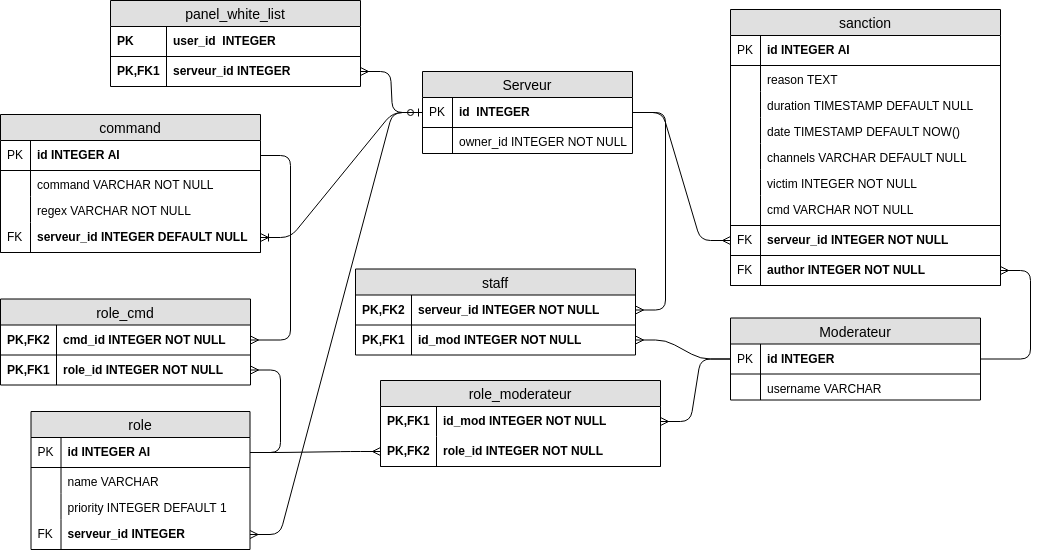
Earlier version of the draw.io export doc/schema_logique.png (RomainCtl/discord_project). Source tidied: cells renumbered, new cells last; positions are measured from the earlier drawing's top-left corner, leaving out a move shared by most shapes.
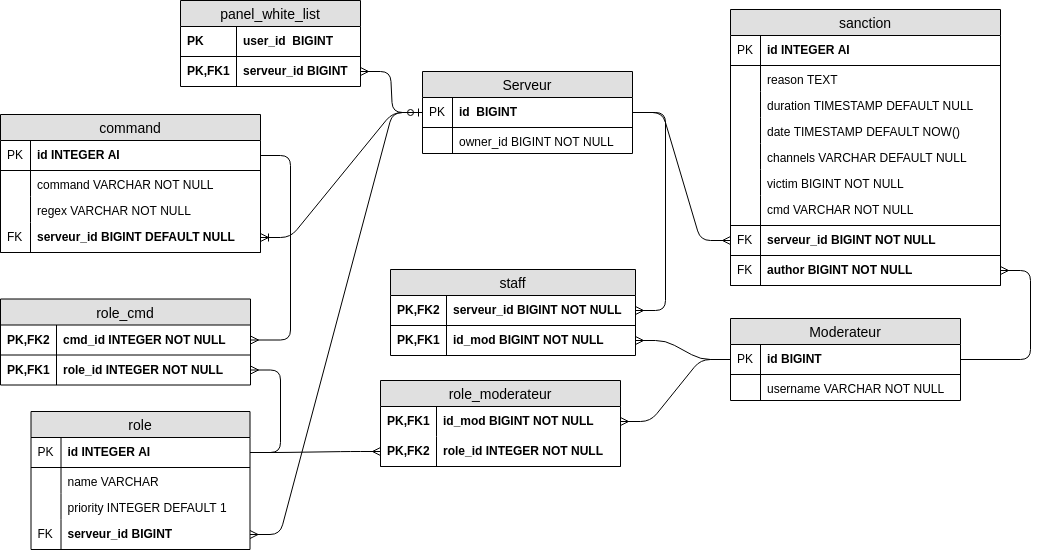
The same diagram one commit later.

Commit message:
update INTEGER type (serveur, user) to BIGINT update sql request

What changed in the source:
```diff
@@ -8,29 +8,29 @@
     <mxCell id="3" value="Serveur" style="swimlane;fontStyle=0;horizontal=1;startSize=26;fillColor=#e0e0e0;swimlaneFillColor=#ffffff;align=center;fontSize=14;fontColor=#000000;strokeColor=#000000;" parent="1" vertex="1">
       <mxGeometry x="422" y="71" width="210" height="82" as="geometry" />
     </mxCell>
-    <mxCell id="4" value="id  INTEGER" style="shape=partialRectangle;top=0;left=0;right=0;bottom=1;align=left;verticalAlign=middle;fillColor=none;spacingLeft=34;spacingRight=4;overflow=hidden;points=[[0,0.5],[1,0.5]];portConstraint=eastwest;fontStyle=1;fontSize=12;fontColor=#000000;strokeColor=#000000;" parent="3" vertex="1">
+    <mxCell id="4" value="id  BIGINT" style="shape=partialRectangle;top=0;left=0;right=0;bottom=1;align=left;verticalAlign=middle;fillColor=none;spacingLeft=34;spacingRight=4;overflow=hidden;points=[[0,0.5],[1,0.5]];portConstraint=eastwest;fontStyle=1;fontSize=12;fontColor=#000000;strokeColor=#000000;" parent="3" vertex="1">
       <mxGeometry y="26" width="210" height="30" as="geometry" />
     </mxCell>
     <mxCell id="5" value="PK" style="shape=partialRectangle;top=0;left=0;bottom=0;fillColor=none;align=left;verticalAlign=middle;spacingLeft=4;spacingRight=4;overflow=hidden;fontSize=12;fontColor=#000000;strokeColor=#000000;" parent="4" vertex="1">
       <mxGeometry width="30" height="30" as="geometry" />
     </mxCell>
-    <mxCell id="6" value="owner_id INTEGER NOT NULL" style="shape=partialRectangle;top=0;left=0;right=0;bottom=0;align=left;verticalAlign=top;fillColor=none;spacingLeft=34;spacingRight=4;overflow=hidden;fontSize=12;fontColor=#000000;strokeColor=#000000;" parent="3" vertex="1">
+    <mxCell id="6" value="owner_id BIGINT NOT NULL" style="shape=partialRectangle;top=0;left=0;right=0;bottom=0;align=left;verticalAlign=top;fillColor=none;spacingLeft=34;spacingRight=4;overflow=hidden;fontSize=12;fontColor=#000000;strokeColor=#000000;" parent="3" vertex="1">
       <mxGeometry y="56" width="210" height="26" as="geometry" />
     </mxCell>
     <mxCell id="7" style="shape=partialRectangle;top=0;left=0;bottom=0;fillColor=none;align=left;verticalAlign=top;spacingLeft=4;spacingRight=4;overflow=hidden;fontSize=12;fontColor=#000000;strokeColor=#000000;" parent="6" vertex="1">
       <mxGeometry width="30" height="26" as="geometry" />
     </mxCell>
     <mxCell id="8" value="Moderateur" style="swimlane;fontStyle=0;horizontal=1;startSize=26;fillColor=#e0e0e0;swimlaneFillColor=#ffffff;align=center;fontSize=14;strokeColor=#000000;fontColor=#000000;" parent="1" vertex="1">
-      <mxGeometry x="730" y="317.5" width="250" height="82" as="geometry" />
+      <mxGeometry x="730" y="318" width="230" height="82" as="geometry" />
     </mxCell>
-    <mxCell id="9" value="id INTEGER" style="shape=partialRectangle;top=0;left=0;right=0;bottom=1;align=left;verticalAlign=middle;fillColor=none;spacingLeft=34;spacingRight=4;overflow=hidden;points=[[0,0.5],[1,0.5]];portConstraint=eastwest;fontStyle=1;fontSize=12;strokeColor=#000000;fontColor=#000000;" parent="8" vertex="1">
-      <mxGeometry y="26" width="250" height="30" as="geometry" />
+    <mxCell id="9" value="id BIGINT" style="shape=partialRectangle;top=0;left=0;right=0;bottom=1;align=left;verticalAlign=middle;fillColor=none;spacingLeft=34;spacingRight=4;overflow=hidden;points=[[0,0.5],[1,0.5]];portConstraint=eastwest;fontStyle=1;fontSize=12;strokeColor=#000000;fontColor=#000000;" parent="8" vertex="1">
+      <mxGeometry y="26" width="230" height="30" as="geometry" />
     </mxCell>
     <mxCell id="10" value="PK" style="shape=partialRectangle;top=0;left=0;bottom=0;fillColor=none;align=left;verticalAlign=middle;spacingLeft=4;spacingRight=4;overflow=hidden;fontSize=12;strokeColor=#000000;fontColor=#000000;" parent="9" vertex="1">
       <mxGeometry width="30" height="30" as="geometry" />
     </mxCell>
-    <mxCell id="11" value="username VARCHAR" style="shape=partialRectangle;top=0;left=0;right=0;bottom=0;align=left;verticalAlign=top;fillColor=none;spacingLeft=34;spacingRight=4;overflow=hidden;fontSize=12;strokeColor=#000000;fontColor=#000000;" parent="8" vertex="1">
-      <mxGeometry y="56" width="250" height="26" as="geometry" />
+    <mxCell id="11" value="username VARCHAR NOT NULL" style="shape=partialRectangle;top=0;left=0;right=0;bottom=0;align=left;verticalAlign=top;fillColor=none;spacingLeft=34;spacingRight=4;overflow=hidden;fontSize=12;strokeColor=#000000;fontColor=#000000;" parent="8" vertex="1">
+      <mxGeometry y="56" width="230" height="26" as="geometry" />
     </mxCell>
     <mxCell id="12" style="shape=partialRectangle;top=0;left=0;bottom=0;fillColor=none;align=left;verticalAlign=top;spacingLeft=4;spacingRight=4;overflow=hidden;fontSize=12;strokeColor=#000000;fontColor=#000000;" parent="11" vertex="1">
       <mxGeometry width="30" height="26" as="geometry" />
@@ -56,7 +56,7 @@
     <mxCell id="19" style="shape=partialRectangle;top=0;left=0;bottom=0;fillColor=none;align=left;verticalAlign=top;spacingLeft=4;spacingRight=4;overflow=hidden;fontSize=12;strokeColor=#000000;fontColor=#000000;" parent="18" vertex="1">
       <mxGeometry width="30" height="26" as="geometry" />
     </mxCell>
-    <mxCell id="20" value="serveur_id INTEGER" style="shape=partialRectangle;top=0;left=0;right=0;bottom=1;align=left;verticalAlign=middle;fillColor=none;spacingLeft=34;spacingRight=4;overflow=hidden;points=[[0,0.5],[1,0.5]];portConstraint=eastwest;fontStyle=1;fontSize=12;strokeColor=#000000;fontColor=#000000;" parent="13" vertex="1">
+    <mxCell id="20" value="serveur_id BIGINT" style="shape=partialRectangle;top=0;left=0;right=0;bottom=1;align=left;verticalAlign=middle;fillColor=none;spacingLeft=34;spacingRight=4;overflow=hidden;points=[[0,0.5],[1,0.5]];portConstraint=eastwest;fontStyle=1;fontSize=12;strokeColor=#000000;fontColor=#000000;" parent="13" vertex="1">
       <mxGeometry y="108" width="219" height="30" as="geometry" />
     </mxCell>
     <mxCell id="21" value="FK" style="shape=partialRectangle;top=0;left=0;bottom=0;fillColor=none;align=left;verticalAlign=middle;spacingLeft=4;spacingRight=4;overflow=hidden;fontSize=12;strokeColor=#000000;fontColor=#000000;" parent="20" vertex="1">
@@ -95,7 +95,7 @@
     <mxCell id="32" style="shape=partialRectangle;top=0;left=0;bottom=0;fillColor=none;align=left;verticalAlign=top;spacingLeft=4;spacingRight=4;overflow=hidden;fontSize=12;fontColor=#000000;strokeColor=#000000;" parent="31" vertex="1">
       <mxGeometry width="30" height="26" as="geometry" />
     </mxCell>
-    <mxCell id="33" value="victim INTEGER NOT NULL" style="shape=partialRectangle;top=0;left=0;right=0;bottom=0;align=left;verticalAlign=top;fillColor=none;spacingLeft=34;spacingRight=4;overflow=hidden;fontSize=12;fontColor=#000000;strokeColor=#000000;" parent="22" vertex="1">
+    <mxCell id="33" value="victim BIGINT NOT NULL" style="shape=partialRectangle;top=0;left=0;right=0;bottom=0;align=left;verticalAlign=top;fillColor=none;spacingLeft=34;spacingRight=4;overflow=hidden;fontSize=12;fontColor=#000000;strokeColor=#000000;" parent="22" vertex="1">
       <mxGeometry y="160" width="270" height="26" as="geometry" />
     </mxCell>
     <mxCell id="34" style="shape=partialRectangle;top=0;left=0;bottom=0;fillColor=none;align=left;verticalAlign=top;spacingLeft=4;spacingRight=4;overflow=hidden;fontSize=12;fontColor=#000000;strokeColor=#000000;" parent="33" vertex="1">
@@ -107,13 +107,13 @@
     <mxCell id="36" style="shape=partialRectangle;top=0;left=0;bottom=0;fillColor=none;align=left;verticalAlign=middle;spacingLeft=4;spacingRight=4;overflow=hidden;fontSize=12;fontColor=#000000;strokeColor=#000000;" parent="35" vertex="1">
       <mxGeometry width="30" height="30" as="geometry" />
     </mxCell>
-    <mxCell id="37" value="serveur_id INTEGER NOT NULL" style="shape=partialRectangle;top=0;left=0;right=0;bottom=1;align=left;verticalAlign=middle;fillColor=none;spacingLeft=34;spacingRight=4;overflow=hidden;points=[[0,0.5],[1,0.5]];portConstraint=eastwest;fontStyle=1;fontSize=12;fontColor=#000000;strokeColor=#000000;" parent="22" vertex="1">
+    <mxCell id="37" value="serveur_id BIGINT NOT NULL" style="shape=partialRectangle;top=0;left=0;right=0;bottom=1;align=left;verticalAlign=middle;fillColor=none;spacingLeft=34;spacingRight=4;overflow=hidden;points=[[0,0.5],[1,0.5]];portConstraint=eastwest;fontStyle=1;fontSize=12;fontColor=#000000;strokeColor=#000000;" parent="22" vertex="1">
       <mxGeometry y="216" width="270" height="30" as="geometry" />
     </mxCell>
     <mxCell id="38" value="FK" style="shape=partialRectangle;top=0;left=0;bottom=0;fillColor=none;align=left;verticalAlign=middle;spacingLeft=4;spacingRight=4;overflow=hidden;fontSize=12;fontColor=#000000;strokeColor=#000000;" parent="37" vertex="1">
       <mxGeometry width="30" height="30" as="geometry" />
     </mxCell>
-    <mxCell id="39" value="author INTEGER NOT NULL" style="shape=partialRectangle;top=0;left=0;right=0;bottom=1;align=left;verticalAlign=middle;fillColor=none;spacingLeft=34;spacingRight=4;overflow=hidden;points=[[0,0.5],[1,0.5]];portConstraint=eastwest;fontStyle=1;fontSize=12;fontColor=#000000;strokeColor=#000000;" parent="22" vertex="1">
+    <mxCell id="39" value="author BIGINT NOT NULL" style="shape=partialRectangle;top=0;left=0;right=0;bottom=1;align=left;verticalAlign=middle;fillColor=none;spacingLeft=34;spacingRight=4;overflow=hidden;points=[[0,0.5],[1,0.5]];portConstraint=eastwest;fontStyle=1;fontSize=12;fontColor=#000000;strokeColor=#000000;" parent="22" vertex="1">
       <mxGeometry y="246" width="270" height="30" as="geometry" />
     </mxCell>
     <mxCell id="40" value="FK" style="shape=partialRectangle;top=0;left=0;bottom=0;fillColor=none;align=left;verticalAlign=middle;spacingLeft=4;spacingRight=4;overflow=hidden;fontSize=12;fontColor=#000000;strokeColor=#000000;" parent="39" vertex="1">
@@ -140,7 +140,7 @@
     <mxCell id="47" style="shape=partialRectangle;top=0;left=0;bottom=0;fillColor=none;align=left;verticalAlign=top;spacingLeft=4;spacingRight=4;overflow=hidden;fontSize=12;fontColor=#000000;strokeColor=#000000;" parent="46" vertex="1">
       <mxGeometry width="30" height="26" as="geometry" />
     </mxCell>
-    <mxCell id="48" value="serveur_id INTEGER DEFAULT NULL" style="shape=partialRectangle;top=0;left=0;right=0;bottom=1;align=left;verticalAlign=middle;fillColor=none;spacingLeft=34;spacingRight=4;overflow=hidden;points=[[0,0.5],[1,0.5]];portConstraint=eastwest;fontStyle=1;fontSize=12;strokeColor=#000000;fontColor=#000000;" parent="41" vertex="1">
+    <mxCell id="48" value="serveur_id BIGINT DEFAULT NULL" style="shape=partialRectangle;top=0;left=0;right=0;bottom=1;align=left;verticalAlign=middle;fillColor=none;spacingLeft=34;spacingRight=4;overflow=hidden;points=[[0,0.5],[1,0.5]];portConstraint=eastwest;fontStyle=1;fontSize=12;strokeColor=#000000;fontColor=#000000;" parent="41" vertex="1">
       <mxGeometry y="108" width="260" height="30" as="geometry" />
     </mxCell>
     <mxCell id="49" value="FK" style="shape=partialRectangle;top=0;left=0;bottom=0;fillColor=none;align=left;verticalAlign=middle;spacingLeft=4;spacingRight=4;overflow=hidden;fontSize=12;strokeColor=#000000;fontColor=#000000;" parent="48" vertex="1">
@@ -162,16 +162,16 @@
       <mxGeometry width="56" height="30" as="geometry" />
     </mxCell>
     <mxCell id="55" value="role_moderateur" style="swimlane;fontStyle=0;horizontal=1;startSize=26;fillColor=#e0e0e0;swimlaneFillColor=#ffffff;align=center;fontSize=14;strokeColor=#000000;fontColor=#000000;" parent="1" vertex="1">
-      <mxGeometry x="380" y="380" width="280" height="86" as="geometry" />
+      <mxGeometry x="380" y="380" width="240" height="86" as="geometry" />
     </mxCell>
-    <mxCell id="56" value="id_mod INTEGER NOT NULL" style="shape=partialRectangle;top=0;left=0;right=0;bottom=0;align=left;verticalAlign=middle;fillColor=none;spacingLeft=60;spacingRight=4;overflow=hidden;points=[[0,0.5],[1,0.5]];portConstraint=eastwest;fontStyle=1;fontSize=12;fontColor=#000000;strokeColor=#000000;" parent="55" vertex="1">
-      <mxGeometry y="26" width="280" height="30" as="geometry" />
+    <mxCell id="56" value="id_mod BIGINT NOT NULL" style="shape=partialRectangle;top=0;left=0;right=0;bottom=0;align=left;verticalAlign=middle;fillColor=none;spacingLeft=60;spacingRight=4;overflow=hidden;points=[[0,0.5],[1,0.5]];portConstraint=eastwest;fontStyle=1;fontSize=12;fontColor=#000000;strokeColor=#000000;" parent="55" vertex="1">
+      <mxGeometry y="26" width="240" height="30" as="geometry" />
     </mxCell>
     <mxCell id="57" value="PK,FK1" style="shape=partialRectangle;fontStyle=1;top=0;left=0;bottom=0;fillColor=none;align=left;verticalAlign=middle;spacingLeft=4;spacingRight=4;overflow=hidden;fontSize=12;fontColor=#000000;strokeColor=#000000;" parent="56" vertex="1">
       <mxGeometry width="56" height="30" as="geometry" />
     </mxCell>
     <mxCell id="58" value="role_id INTEGER NOT NULL" style="shape=partialRectangle;top=0;left=0;right=0;bottom=1;align=left;verticalAlign=middle;fillColor=none;spacingLeft=60;spacingRight=4;overflow=hidden;points=[[0,0.5],[1,0.5]];portConstraint=eastwest;fontStyle=1;fontSize=12;fontColor=#000000;strokeColor=#000000;" parent="55" vertex="1">
-      <mxGeometry y="56" width="280" height="30" as="geometry" />
+      <mxGeometry y="56" width="240" height="30" as="geometry" />
     </mxCell>
     <mxCell id="59" value="PK,FK2" style="shape=partialRectangle;fontStyle=1;top=0;left=0;bottom=0;fillColor=none;align=left;verticalAlign=middle;spacingLeft=4;spacingRight=4;overflow=hidden;fontSize=12;fontColor=#000000;strokeColor=#000000;" parent="58" vertex="1">
       <mxGeometry width="56" height="30" as="geometry" />
@@ -201,31 +201,31 @@
       <mxGeometry relative="1" as="geometry" />
     </mxCell>
     <mxCell id="68" value="panel_white_list" style="swimlane;fontStyle=0;horizontal=1;startSize=26;fillColor=#e0e0e0;swimlaneFillColor=#ffffff;align=center;fontSize=14;strokeColor=#000000;fontColor=#000000;" parent="1" vertex="1">
-      <mxGeometry x="110" width="250" height="86" as="geometry" />
+      <mxGeometry x="180" width="180" height="86" as="geometry" />
     </mxCell>
-    <mxCell id="69" value="user_id  INTEGER" style="shape=partialRectangle;top=0;left=0;right=0;bottom=1;align=left;verticalAlign=middle;fillColor=none;spacingLeft=60;spacingRight=4;overflow=hidden;fontStyle=1;fontSize=12;fontColor=#000000;strokeColor=#000000;" parent="68" vertex="1">
-      <mxGeometry y="26" width="250" height="30" as="geometry" />
+    <mxCell id="69" value="user_id  BIGINT" style="shape=partialRectangle;top=0;left=0;right=0;bottom=1;align=left;verticalAlign=middle;fillColor=none;spacingLeft=60;spacingRight=4;overflow=hidden;fontStyle=1;fontSize=12;fontColor=#000000;strokeColor=#000000;" parent="68" vertex="1">
+      <mxGeometry y="26" width="180" height="30" as="geometry" />
     </mxCell>
     <mxCell id="70" value="PK" style="shape=partialRectangle;fontStyle=1;top=0;left=0;bottom=0;fillColor=none;align=left;verticalAlign=middle;spacingLeft=4;spacingRight=4;overflow=hidden;fontSize=12;fontColor=#000000;strokeColor=#000000;" parent="69" vertex="1">
       <mxGeometry width="56" height="30" as="geometry" />
     </mxCell>
-    <mxCell id="71" value="serveur_id INTEGER" style="shape=partialRectangle;top=0;left=0;right=0;bottom=0;align=left;verticalAlign=middle;fillColor=none;spacingLeft=60;spacingRight=4;overflow=hidden;points=[[0,0.5],[1,0.5]];portConstraint=eastwest;fontStyle=1;fontSize=12;fontColor=#000000;strokeColor=#000000;" parent="68" vertex="1">
-      <mxGeometry y="56" width="250" height="30" as="geometry" />
+    <mxCell id="71" value="serveur_id BIGINT" style="shape=partialRectangle;top=0;left=0;right=0;bottom=0;align=left;verticalAlign=middle;fillColor=none;spacingLeft=60;spacingRight=4;overflow=hidden;points=[[0,0.5],[1,0.5]];portConstraint=eastwest;fontStyle=1;fontSize=12;fontColor=#000000;strokeColor=#000000;" parent="68" vertex="1">
+      <mxGeometry y="56" width="180" height="30" as="geometry" />
     </mxCell>
     <mxCell id="72" value="PK,FK1" style="shape=partialRectangle;fontStyle=1;top=0;left=0;bottom=0;fillColor=none;align=left;verticalAlign=middle;spacingLeft=4;spacingRight=4;overflow=hidden;fontSize=12;fontColor=#000000;strokeColor=#000000;" parent="71" vertex="1">
       <mxGeometry width="56" height="30" as="geometry" />
     </mxCell>
     <mxCell id="73" value="staff" style="swimlane;fontStyle=0;horizontal=1;startSize=26;fillColor=#e0e0e0;swimlaneFillColor=#ffffff;align=center;fontSize=14;strokeColor=#000000;fontColor=#000000;" parent="1" vertex="1">
-      <mxGeometry x="355" y="268.5" width="280" height="86" as="geometry" />
+      <mxGeometry x="390" y="269" width="245" height="86" as="geometry" />
     </mxCell>
-    <mxCell id="74" value="serveur_id INTEGER NOT NULL" style="shape=partialRectangle;top=0;left=0;right=0;bottom=1;align=left;verticalAlign=middle;fillColor=none;spacingLeft=60;spacingRight=4;overflow=hidden;points=[[0,0.5],[1,0.5]];portConstraint=eastwest;fontStyle=1;fontSize=12;fontColor=#000000;strokeColor=#000000;" parent="73" vertex="1">
-      <mxGeometry y="26" width="280" height="30" as="geometry" />
+    <mxCell id="74" value="serveur_id BIGINT NOT NULL" style="shape=partialRectangle;top=0;left=0;right=0;bottom=1;align=left;verticalAlign=middle;fillColor=none;spacingLeft=60;spacingRight=4;overflow=hidden;points=[[0,0.5],[1,0.5]];portConstraint=eastwest;fontStyle=1;fontSize=12;fontColor=#000000;strokeColor=#000000;" parent="73" vertex="1">
+      <mxGeometry y="26" width="245" height="30" as="geometry" />
     </mxCell>
     <mxCell id="75" value="PK,FK2" style="shape=partialRectangle;fontStyle=1;top=0;left=0;bottom=0;fillColor=none;align=left;verticalAlign=middle;spacingLeft=4;spacingRight=4;overflow=hidden;fontSize=12;fontColor=#000000;strokeColor=#000000;" parent="74" vertex="1">
       <mxGeometry width="56" height="30" as="geometry" />
     </mxCell>
-    <mxCell id="76" value="id_mod INTEGER NOT NULL" style="shape=partialRectangle;top=0;left=0;right=0;bottom=0;align=left;verticalAlign=middle;fillColor=none;spacingLeft=60;spacingRight=4;overflow=hidden;points=[[0,0.5],[1,0.5]];portConstraint=eastwest;fontStyle=1;fontSize=12;fontColor=#000000;strokeColor=#000000;" parent="73" vertex="1">
-      <mxGeometry y="56" width="280" height="30" as="geometry" />
+    <mxCell id="76" value="id_mod BIGINT NOT NULL" style="shape=partialRectangle;top=0;left=0;right=0;bottom=0;align=left;verticalAlign=middle;fillColor=none;spacingLeft=60;spacingRight=4;overflow=hidden;points=[[0,0.5],[1,0.5]];portConstraint=eastwest;fontStyle=1;fontSize=12;fontColor=#000000;strokeColor=#000000;" parent="73" vertex="1">
+      <mxGeometry y="56" width="245" height="30" as="geometry" />
     </mxCell>
     <mxCell id="77" value="PK,FK1" style="shape=partialRectangle;fontStyle=1;top=0;left=0;bottom=0;fillColor=none;align=left;verticalAlign=middle;spacingLeft=4;spacingRight=4;overflow=hidden;fontSize=12;fontColor=#000000;strokeColor=#000000;" parent="76" vertex="1">
       <mxGeometry width="56" height="30" as="geometry" />
```
